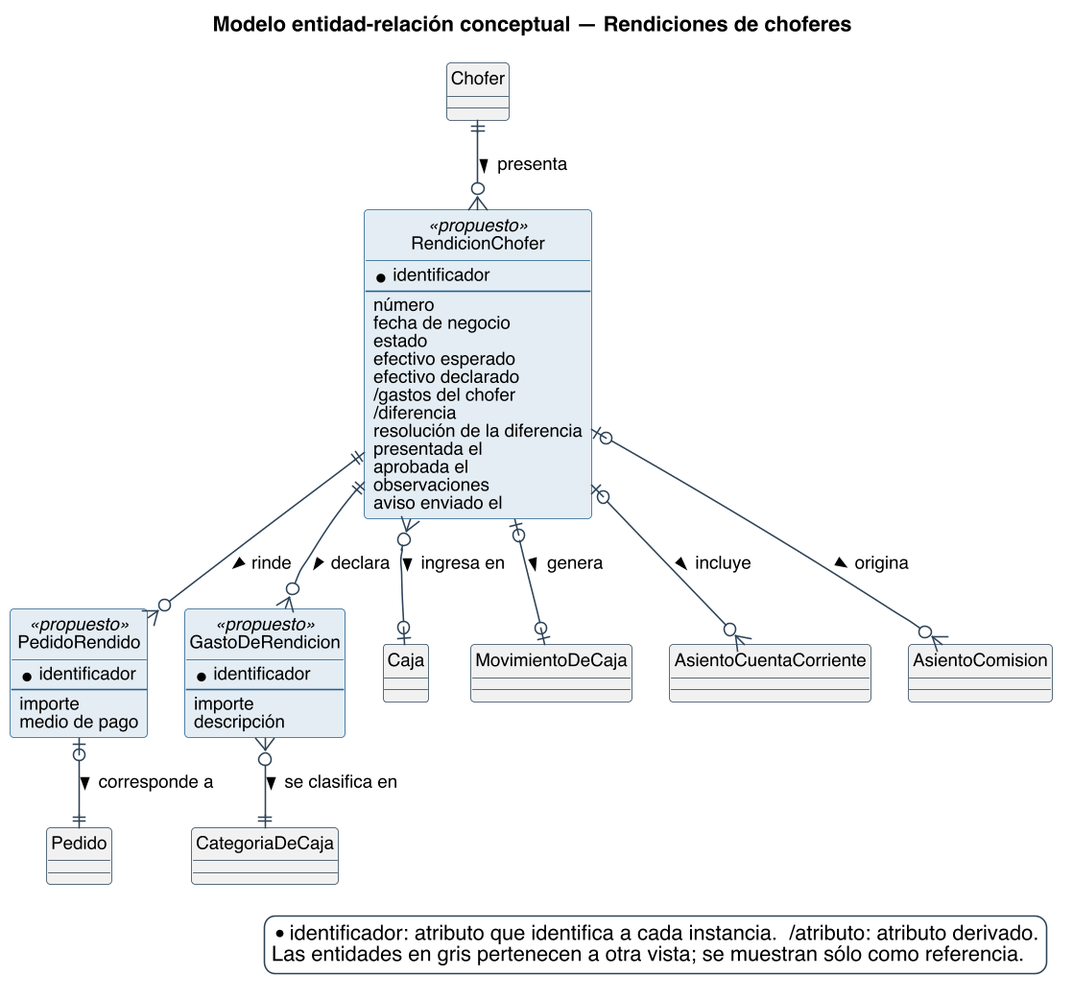
Earlier version of the PlantUML export diagramas/base-de-datos/conceptual/SPLG-der-13-rendiciones-de-choferes.png (Nahuelito-Dev/splg-docs).
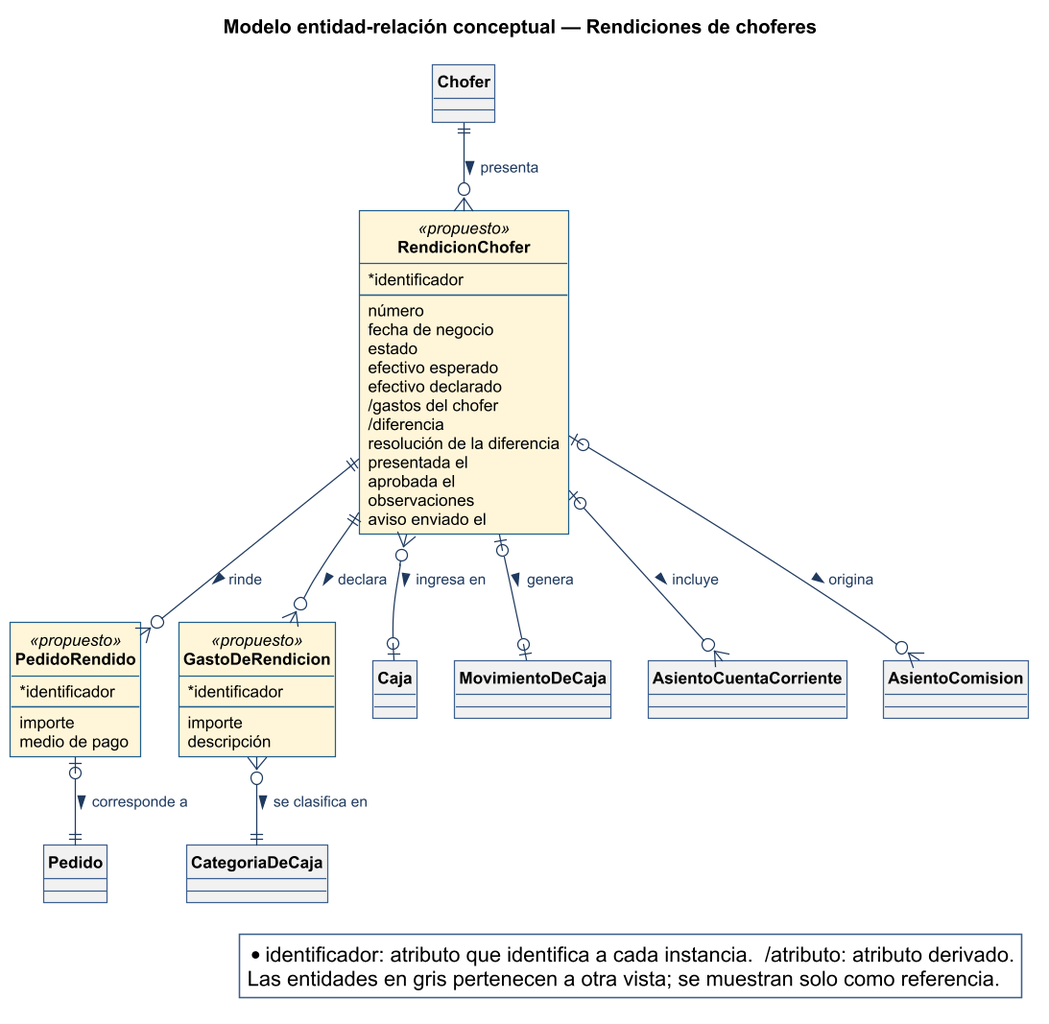
Above is the later version.

Change to the diagram source:
```diff
@@ -1,16 +1,6 @@
 @startuml
 title Modelo entidad-relación conceptual — Rendiciones de choferes
-skinparam backgroundColor #FFFFFF
-skinparam shadowing false
-skinparam defaultFontName Helvetica
-skinparam defaultFontSize 12
-skinparam dpi 150
-skinparam class {
-  BorderColor #2C4257
-  BackgroundColor #FFFFFF
-  ArrowColor #2C4257
-  FontSize 12
-}
+!include ../../estilo-vp.iuml
 skinparam entity<<ajena>> {
   BackgroundColor #F1F1F1
   BorderColor #8A97A3
@@ -18,21 +8,19 @@
 }
 skinparam class<<propuesto>> {
   BorderColor #1F5E8C
-  BackgroundColor #E4EDF4
+  BackgroundColor #FFF6D9
 }
 skinparam entity<<propuesto>> {
   BorderColor #1F5E8C
-  BackgroundColor #E4EDF4
+  BackgroundColor #FFF6D9
 }
-skinparam legendBackgroundColor #FFFFFF
-skinparam legendBorderColor #2C4257
 
 hide circle
 
 skinparam nodesep 25
 skinparam ranksep 45
 
-entity RendicionChofer <<propuesto>> #E4EDF4;line:1F5E8C {
+entity RendicionChofer <<propuesto>> #FFF6D9;line:1F5E8C {
   * identificador
   --
   {field} número
@@ -48,13 +36,13 @@
   {field} observaciones
   {field} aviso enviado el
 }
-entity PedidoRendido <<propuesto>> #E4EDF4;line:1F5E8C {
+entity PedidoRendido <<propuesto>> #FFF6D9;line:1F5E8C {
   * identificador
   --
   {field} importe
   {field} medio de pago
 }
-entity GastoDeRendicion <<propuesto>> #E4EDF4;line:1F5E8C {
+entity GastoDeRendicion <<propuesto>> #FFF6D9;line:1F5E8C {
   * identificador
   --
   {field} importe
@@ -87,6 +75,6 @@
 
 legend bottom right
   * identificador: atributo que identifica a cada instancia.  /atributo: atributo derivado.
-  Las entidades en gris pertenecen a otra vista; se muestran sólo como referencia.
+  Las entidades en gris pertenecen a otra vista; se muestran solo como referencia.
 endlegend
 @enduml
```
